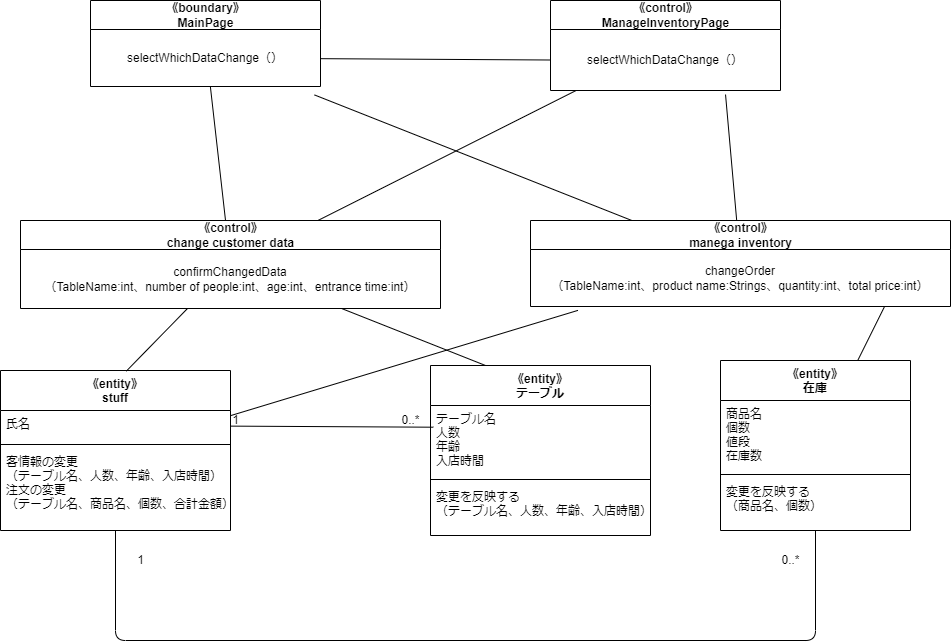
Earlier version of the draw.io export psp4/設計モデルのクラス/設計モデルクラス図_情報変更.drawio.png (MasakiHiguchi/---). Source tidied: cells renumbered, new cells last; positions are measured from the earlier drawing's top-left corner, leaving out a move shared by most shapes. Its diagram source:
```xml
<mxGraphModel>
  <root>
    <mxCell id="0" />
    <mxCell id="1" parent="0" />
    <mxCell id="2" style="edgeStyle=none;html=1;entryX=0.113;entryY=1.068;entryDx=0;entryDy=0;entryPerimeter=0;endArrow=none;endFill=0;" parent="1" edge="1" source="3" target="28">
      <mxGeometry relative="1" as="geometry" />
    </mxCell>
    <mxCell id="3" value="《entity》&#10;stuff" style="swimlane;fontStyle=1;align=center;verticalAlign=top;horizontal=1;startSize=40;" parent="1" vertex="1">
      <mxGeometry y="370" width="230" height="160" as="geometry" />
    </mxCell>
    <mxCell id="4" value="氏名" style="text;strokeColor=none;fillColor=none;align=left;verticalAlign=top;spacingLeft=4;spacingRight=4;overflow=hidden;points=[[0,0.5],[1,0.5]];portConstraint=eastwest;" parent="3" vertex="1">
      <mxGeometry y="40" width="230" height="30" as="geometry" />
    </mxCell>
    <mxCell id="5" style="line;strokeWidth=1;fillColor=none;align=left;verticalAlign=middle;spacingTop=-1;spacingLeft=3;spacingRight=3;labelPosition=right;strokeColor=inherit;" parent="3" vertex="1">
      <mxGeometry y="70" width="230" height="8" as="geometry" />
    </mxCell>
    <mxCell id="6" value="客情報の変更&#10;（テーブル名、人数、年齢、入店時間）&#10;注文の変更&#10;（テーブル名、商品名、個数、合計金額）" style="text;strokeColor=none;fillColor=none;align=left;verticalAlign=top;spacingLeft=4;spacingRight=4;overflow=hidden;" parent="3" vertex="1">
      <mxGeometry y="78" width="230" height="82" as="geometry" />
    </mxCell>
    <mxCell id="7" value="《entity》&#10;テーブル" style="swimlane;fontStyle=1;align=center;verticalAlign=top;horizontal=1;startSize=40;" parent="1" vertex="1">
      <mxGeometry x="430" y="365" width="220" height="170" as="geometry" />
    </mxCell>
    <mxCell id="8" value="テーブル名&#10;人数&#10;年齢&#10;入店時間" style="text;strokeColor=none;fillColor=none;align=left;verticalAlign=top;spacingLeft=4;spacingRight=4;overflow=hidden;points=[[0,0.5],[1,0.5]];portConstraint=eastwest;" parent="7" vertex="1">
      <mxGeometry y="40" width="220" height="70" as="geometry" />
    </mxCell>
    <mxCell id="9" style="line;strokeWidth=1;fillColor=none;align=left;verticalAlign=middle;spacingTop=-1;spacingLeft=3;spacingRight=3;labelPosition=right;strokeColor=inherit;" parent="7" vertex="1">
      <mxGeometry y="110" width="220" height="8" as="geometry" />
    </mxCell>
    <mxCell id="10" value="変更を反映する&#10;（テーブル名、人数、年齢、入店時間）、" style="text;strokeColor=none;fillColor=none;align=left;verticalAlign=top;spacingLeft=4;spacingRight=4;overflow=hidden;" parent="7" vertex="1">
      <mxGeometry y="118" width="220" height="52" as="geometry" />
    </mxCell>
    <mxCell id="11" style="edgeStyle=none;html=1;entryX=0.013;entryY=0.31;entryDx=0;entryDy=0;entryPerimeter=0;endArrow=none;endFill=0;" parent="1" edge="1" source="4" target="8">
      <mxGeometry relative="1" as="geometry" />
    </mxCell>
    <mxCell id="12" value="1" style="text;html=1;align=center;verticalAlign=middle;strokeColor=none;fillColor=none;" parent="1" vertex="1">
      <mxGeometry x="220" y="405" width="30" height="30" as="geometry" />
    </mxCell>
    <mxCell id="13" value="0..*" style="text;html=1;align=center;verticalAlign=middle;strokeColor=none;fillColor=none;" parent="1" vertex="1">
      <mxGeometry x="390" y="405" width="40" height="30" as="geometry" />
    </mxCell>
    <mxCell id="14" style="edgeStyle=none;html=1;entryX=0.547;entryY=0.004;entryDx=0;entryDy=0;entryPerimeter=0;endArrow=none;endFill=0;" parent="1" edge="1" source="16" target="3">
      <mxGeometry relative="1" as="geometry" />
    </mxCell>
    <mxCell id="15" style="edgeStyle=none;html=1;entryX=0.25;entryY=0;entryDx=0;entryDy=0;endArrow=none;endFill=0;" parent="1" edge="1" source="16" target="7">
      <mxGeometry relative="1" as="geometry" />
    </mxCell>
    <mxCell id="16" value="《control》&lt;br&gt;change customer data" style="swimlane;fontStyle=1;align=center;verticalAlign=middle;horizontal=1;startSize=29;html=1;" parent="1" vertex="1">
      <mxGeometry x="20" y="220" width="420" height="88" as="geometry" />
    </mxCell>
    <mxCell id="17" value="confirmChangedData&lt;br&gt;（TableName:int、number of people:int、age:int、entrance time:int）" style="text;html=1;strokeColor=none;fillColor=none;align=center;verticalAlign=middle;spacingLeft=4;spacingRight=4;overflow=hidden;" parent="16" vertex="1">
      <mxGeometry y="29" width="420" height="59" as="geometry" />
    </mxCell>
    <mxCell id="18" style="edgeStyle=none;html=1;endArrow=none;endFill=0;" parent="1" edge="1" source="19" target="16">
      <mxGeometry relative="1" as="geometry" />
    </mxCell>
    <mxCell id="19" value="《boundary》&lt;br&gt;MainPage" style="swimlane;fontStyle=1;align=center;verticalAlign=middle;horizontal=1;startSize=29;html=1;" parent="1" vertex="1">
      <mxGeometry x="90" width="230" height="86" as="geometry" />
    </mxCell>
    <mxCell id="20" value="selectWhichDataChange（）" style="text;html=1;strokeColor=none;fillColor=none;align=center;verticalAlign=middle;spacingLeft=4;spacingRight=4;overflow=hidden;points=[[0,0.5],[1,0.5]];portConstraint=eastwest;" parent="19" vertex="1">
      <mxGeometry y="29" width="230" height="57" as="geometry" />
    </mxCell>
    <mxCell id="21" style="edgeStyle=none;html=1;endArrow=none;endFill=0;" parent="1" edge="1" source="22" target="16">
      <mxGeometry relative="1" as="geometry" />
    </mxCell>
    <mxCell id="22" value="《control》&lt;br&gt;ManageInventoryPage" style="swimlane;fontStyle=1;align=center;verticalAlign=middle;horizontal=1;startSize=29;html=1;" parent="1" vertex="1">
      <mxGeometry x="550" width="230" height="90" as="geometry" />
    </mxCell>
    <mxCell id="23" value="selectWhichDataChange（）" style="text;html=1;strokeColor=none;fillColor=none;align=center;verticalAlign=middle;spacingLeft=4;spacingRight=4;overflow=hidden;points=[[0,0.5],[1,0.5]];portConstraint=eastwest;" parent="22" vertex="1">
      <mxGeometry y="29" width="230" height="61" as="geometry" />
    </mxCell>
    <mxCell id="24" style="edgeStyle=none;html=1;entryX=0;entryY=0.5;entryDx=0;entryDy=0;endArrow=none;endFill=0;" parent="1" edge="1" source="20" target="23">
      <mxGeometry relative="1" as="geometry" />
    </mxCell>
    <mxCell id="25" style="edgeStyle=none;html=1;entryX=0.974;entryY=1.148;entryDx=0;entryDy=0;entryPerimeter=0;endArrow=none;endFill=0;" parent="1" edge="1" source="27" target="20">
      <mxGeometry relative="1" as="geometry" />
    </mxCell>
    <mxCell id="26" style="edgeStyle=none;html=1;entryX=0.761;entryY=1.066;entryDx=0;entryDy=0;entryPerimeter=0;endArrow=none;endFill=0;" parent="1" edge="1" source="27" target="23">
      <mxGeometry relative="1" as="geometry" />
    </mxCell>
    <mxCell id="27" value="《control》&lt;br&gt;manega inventory" style="swimlane;fontStyle=1;align=center;verticalAlign=middle;horizontal=1;startSize=29;html=1;" parent="1" vertex="1">
      <mxGeometry x="530" y="220" width="420" height="86" as="geometry" />
    </mxCell>
    <mxCell id="28" value="changeOrder&lt;br&gt;（TableName:int、product name:Strings、quantity:int、total price:int）" style="text;html=1;strokeColor=none;fillColor=none;align=center;verticalAlign=middle;spacingLeft=4;spacingRight=4;overflow=hidden;points=[[0,0.5],[1,0.5]];portConstraint=eastwest;" parent="27" vertex="1">
      <mxGeometry y="29" width="420" height="57" as="geometry" />
    </mxCell>
    <mxCell id="29" style="edgeStyle=none;html=1;endArrow=none;endFill=0;" parent="1" edge="1" source="31" target="3">
      <mxGeometry relative="1" as="geometry">
        <Array as="points">
          <mxPoint x="815" y="640" />
          <mxPoint x="115" y="640" />
        </Array>
      </mxGeometry>
    </mxCell>
    <mxCell id="30" style="edgeStyle=none;html=1;entryX=0.843;entryY=1;entryDx=0;entryDy=0;entryPerimeter=0;endArrow=none;endFill=0;" parent="1" edge="1" source="31" target="28">
      <mxGeometry relative="1" as="geometry" />
    </mxCell>
    <mxCell id="31" value="《entity》&#10;在庫" style="swimlane;fontStyle=1;align=center;verticalAlign=top;horizontal=1;startSize=40;" parent="1" vertex="1">
      <mxGeometry x="720" y="360" width="190" height="170" as="geometry" />
    </mxCell>
    <mxCell id="32" value="商品名&#10;個数&#10;値段&#10;在庫数" style="text;strokeColor=none;fillColor=none;align=left;verticalAlign=top;spacingLeft=4;spacingRight=4;overflow=hidden;" parent="31" vertex="1">
      <mxGeometry y="40" width="190" height="70" as="geometry" />
    </mxCell>
    <mxCell id="33" style="line;strokeWidth=1;fillColor=none;align=left;verticalAlign=middle;spacingTop=-1;spacingLeft=3;spacingRight=3;labelPosition=right;strokeColor=inherit;" parent="31" vertex="1">
      <mxGeometry y="110" width="190" height="8" as="geometry" />
    </mxCell>
    <mxCell id="34" value="変更を反映する&#10;（商品名、個数）" style="text;strokeColor=none;fillColor=none;align=left;verticalAlign=top;spacingLeft=4;spacingRight=4;overflow=hidden;" parent="31" vertex="1">
      <mxGeometry y="118" width="190" height="52" as="geometry" />
    </mxCell>
    <mxCell id="35" value="1" style="text;html=1;align=center;verticalAlign=middle;strokeColor=none;fillColor=none;" parent="1" vertex="1">
      <mxGeometry x="125" y="545" width="30" height="30" as="geometry" />
    </mxCell>
    <mxCell id="36" value="0..*" style="text;html=1;align=center;verticalAlign=middle;strokeColor=none;fillColor=none;" parent="1" vertex="1">
      <mxGeometry x="770" y="545" width="40" height="30" as="geometry" />
    </mxCell>
  </root>
</mxGraphModel>
```
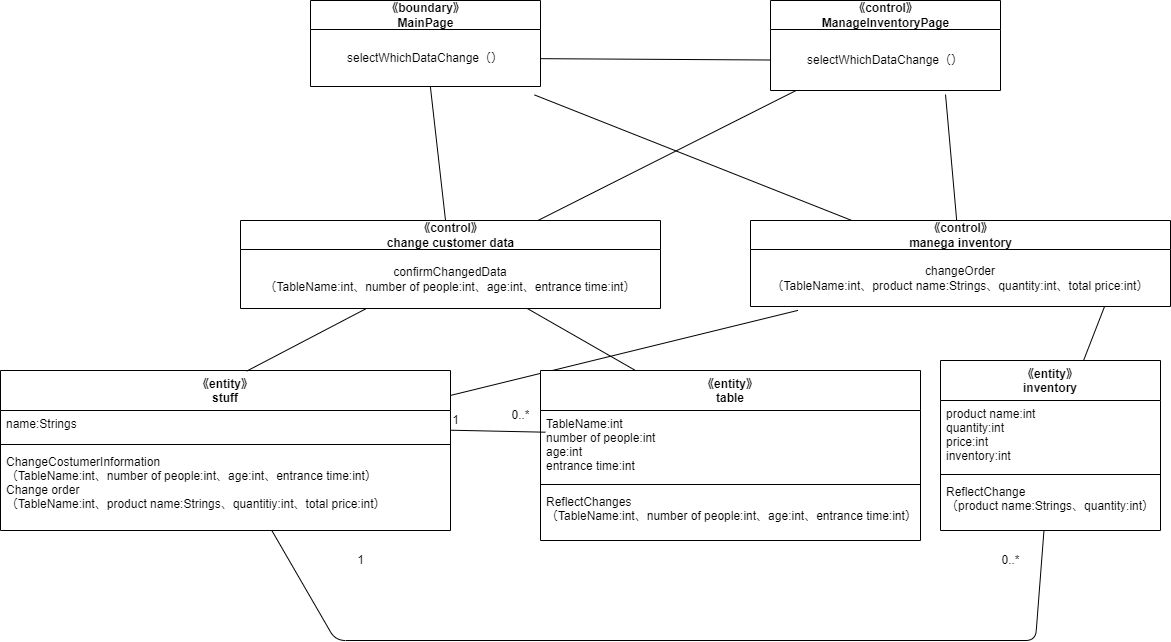
After the change.

The edit, as a diff of the source:
```diff
@@ -6,28 +6,28 @@
       <mxGeometry relative="1" as="geometry" />
     </mxCell>
     <mxCell id="3" value="《entity》&#10;stuff" style="swimlane;fontStyle=1;align=center;verticalAlign=top;horizontal=1;startSize=40;" parent="1" vertex="1">
-      <mxGeometry y="370" width="230" height="160" as="geometry" />
+      <mxGeometry x="-220" y="370" width="450" height="160" as="geometry" />
     </mxCell>
-    <mxCell id="4" value="氏名" style="text;strokeColor=none;fillColor=none;align=left;verticalAlign=top;spacingLeft=4;spacingRight=4;overflow=hidden;points=[[0,0.5],[1,0.5]];portConstraint=eastwest;" parent="3" vertex="1">
-      <mxGeometry y="40" width="230" height="30" as="geometry" />
+    <mxCell id="4" value="name:Strings" style="text;strokeColor=none;fillColor=none;align=left;verticalAlign=top;spacingLeft=4;spacingRight=4;overflow=hidden;points=[[0,0.5],[1,0.5]];portConstraint=eastwest;" parent="3" vertex="1">
+      <mxGeometry y="40" width="450" height="30" as="geometry" />
     </mxCell>
     <mxCell id="5" style="line;strokeWidth=1;fillColor=none;align=left;verticalAlign=middle;spacingTop=-1;spacingLeft=3;spacingRight=3;labelPosition=right;strokeColor=inherit;" parent="3" vertex="1">
-      <mxGeometry y="70" width="230" height="8" as="geometry" />
+      <mxGeometry y="70" width="450" height="8" as="geometry" />
     </mxCell>
-    <mxCell id="6" value="客情報の変更&#10;（テーブル名、人数、年齢、入店時間）&#10;注文の変更&#10;（テーブル名、商品名、個数、合計金額）" style="text;strokeColor=none;fillColor=none;align=left;verticalAlign=top;spacingLeft=4;spacingRight=4;overflow=hidden;" parent="3" vertex="1">
-      <mxGeometry y="78" width="230" height="82" as="geometry" />
+    <mxCell id="6" value="ChangeCostumerInformation&#10;（TableName:int、number of people:int、age:int、entrance time:int）&#10;Change order&#10;（TableName:int、product name:Strings、quantitiy:int、total price:int）" style="text;strokeColor=none;fillColor=none;align=left;verticalAlign=top;spacingLeft=4;spacingRight=4;overflow=hidden;" parent="3" vertex="1">
+      <mxGeometry y="78" width="450" height="82" as="geometry" />
     </mxCell>
-    <mxCell id="7" value="《entity》&#10;テーブル" style="swimlane;fontStyle=1;align=center;verticalAlign=top;horizontal=1;startSize=40;" parent="1" vertex="1">
-      <mxGeometry x="430" y="365" width="220" height="170" as="geometry" />
+    <mxCell id="7" value="《entity》&#10;table" style="swimlane;fontStyle=1;align=center;verticalAlign=top;horizontal=1;startSize=40;" parent="1" vertex="1">
+      <mxGeometry x="320" y="370" width="380" height="170" as="geometry" />
     </mxCell>
-    <mxCell id="8" value="テーブル名&#10;人数&#10;年齢&#10;入店時間" style="text;strokeColor=none;fillColor=none;align=left;verticalAlign=top;spacingLeft=4;spacingRight=4;overflow=hidden;points=[[0,0.5],[1,0.5]];portConstraint=eastwest;" parent="7" vertex="1">
-      <mxGeometry y="40" width="220" height="70" as="geometry" />
+    <mxCell id="8" value="TableName:int&#10;number of people:int&#10;age:int&#10;entrance time:int" style="text;strokeColor=none;fillColor=none;align=left;verticalAlign=top;spacingLeft=4;spacingRight=4;overflow=hidden;points=[[0,0.5],[1,0.5]];portConstraint=eastwest;" parent="7" vertex="1">
+      <mxGeometry y="40" width="380" height="70" as="geometry" />
     </mxCell>
     <mxCell id="9" style="line;strokeWidth=1;fillColor=none;align=left;verticalAlign=middle;spacingTop=-1;spacingLeft=3;spacingRight=3;labelPosition=right;strokeColor=inherit;" parent="7" vertex="1">
-      <mxGeometry y="110" width="220" height="8" as="geometry" />
+      <mxGeometry y="110" width="380" height="8" as="geometry" />
     </mxCell>
-    <mxCell id="10" value="変更を反映する&#10;（テーブル名、人数、年齢、入店時間）、" style="text;strokeColor=none;fillColor=none;align=left;verticalAlign=top;spacingLeft=4;spacingRight=4;overflow=hidden;" parent="7" vertex="1">
-      <mxGeometry y="118" width="220" height="52" as="geometry" />
+    <mxCell id="10" value="ReflectChanges&#10;（TableName:int、number of people:int、age:int、entrance time:int）、" style="text;strokeColor=none;fillColor=none;align=left;verticalAlign=top;spacingLeft=4;spacingRight=4;overflow=hidden;" parent="7" vertex="1">
+      <mxGeometry y="118" width="380" height="52" as="geometry" />
     </mxCell>
     <mxCell id="11" style="edgeStyle=none;html=1;entryX=0.013;entryY=0.31;entryDx=0;entryDy=0;entryPerimeter=0;endArrow=none;endFill=0;" parent="1" edge="1" source="4" target="8">
       <mxGeometry relative="1" as="geometry" />
@@ -36,7 +36,7 @@
       <mxGeometry x="220" y="405" width="30" height="30" as="geometry" />
     </mxCell>
     <mxCell id="13" value="0..*" style="text;html=1;align=center;verticalAlign=middle;strokeColor=none;fillColor=none;" parent="1" vertex="1">
-      <mxGeometry x="390" y="405" width="40" height="30" as="geometry" />
+      <mxGeometry x="280" y="400" width="40" height="30" as="geometry" />
     </mxCell>
     <mxCell id="14" style="edgeStyle=none;html=1;entryX=0.547;entryY=0.004;entryDx=0;entryDy=0;entryPerimeter=0;endArrow=none;endFill=0;" parent="1" edge="1" source="16" target="3">
       <mxGeometry relative="1" as="geometry" />
@@ -94,17 +94,17 @@
     <mxCell id="30" style="edgeStyle=none;html=1;entryX=0.843;entryY=1;entryDx=0;entryDy=0;entryPerimeter=0;endArrow=none;endFill=0;" parent="1" edge="1" source="31" target="28">
       <mxGeometry relative="1" as="geometry" />
     </mxCell>
-    <mxCell id="31" value="《entity》&#10;在庫" style="swimlane;fontStyle=1;align=center;verticalAlign=top;horizontal=1;startSize=40;" parent="1" vertex="1">
-      <mxGeometry x="720" y="360" width="190" height="170" as="geometry" />
+    <mxCell id="31" value="《entity》&#10;inventory" style="swimlane;fontStyle=1;align=center;verticalAlign=top;horizontal=1;startSize=40;" parent="1" vertex="1">
+      <mxGeometry x="720" y="360" width="220" height="170" as="geometry" />
     </mxCell>
-    <mxCell id="32" value="商品名&#10;個数&#10;値段&#10;在庫数" style="text;strokeColor=none;fillColor=none;align=left;verticalAlign=top;spacingLeft=4;spacingRight=4;overflow=hidden;" parent="31" vertex="1">
-      <mxGeometry y="40" width="190" height="70" as="geometry" />
+    <mxCell id="32" value="product name:int&#10;quantity:int&#10;price:int&#10;inventory:int" style="text;strokeColor=none;fillColor=none;align=left;verticalAlign=top;spacingLeft=4;spacingRight=4;overflow=hidden;" parent="31" vertex="1">
+      <mxGeometry y="40" width="220" height="70" as="geometry" />
     </mxCell>
     <mxCell id="33" style="line;strokeWidth=1;fillColor=none;align=left;verticalAlign=middle;spacingTop=-1;spacingLeft=3;spacingRight=3;labelPosition=right;strokeColor=inherit;" parent="31" vertex="1">
-      <mxGeometry y="110" width="190" height="8" as="geometry" />
+      <mxGeometry y="110" width="220" height="8" as="geometry" />
     </mxCell>
-    <mxCell id="34" value="変更を反映する&#10;（商品名、個数）" style="text;strokeColor=none;fillColor=none;align=left;verticalAlign=top;spacingLeft=4;spacingRight=4;overflow=hidden;" parent="31" vertex="1">
-      <mxGeometry y="118" width="190" height="52" as="geometry" />
+    <mxCell id="34" value="ReflectChange&#10;（product name:Strings、quantity:int）" style="text;strokeColor=none;fillColor=none;align=left;verticalAlign=top;spacingLeft=4;spacingRight=4;overflow=hidden;" parent="31" vertex="1">
+      <mxGeometry y="118" width="220" height="52" as="geometry" />
     </mxCell>
     <mxCell id="35" value="1" style="text;html=1;align=center;verticalAlign=middle;strokeColor=none;fillColor=none;" parent="1" vertex="1">
       <mxGeometry x="125" y="545" width="30" height="30" as="geometry" />
```
